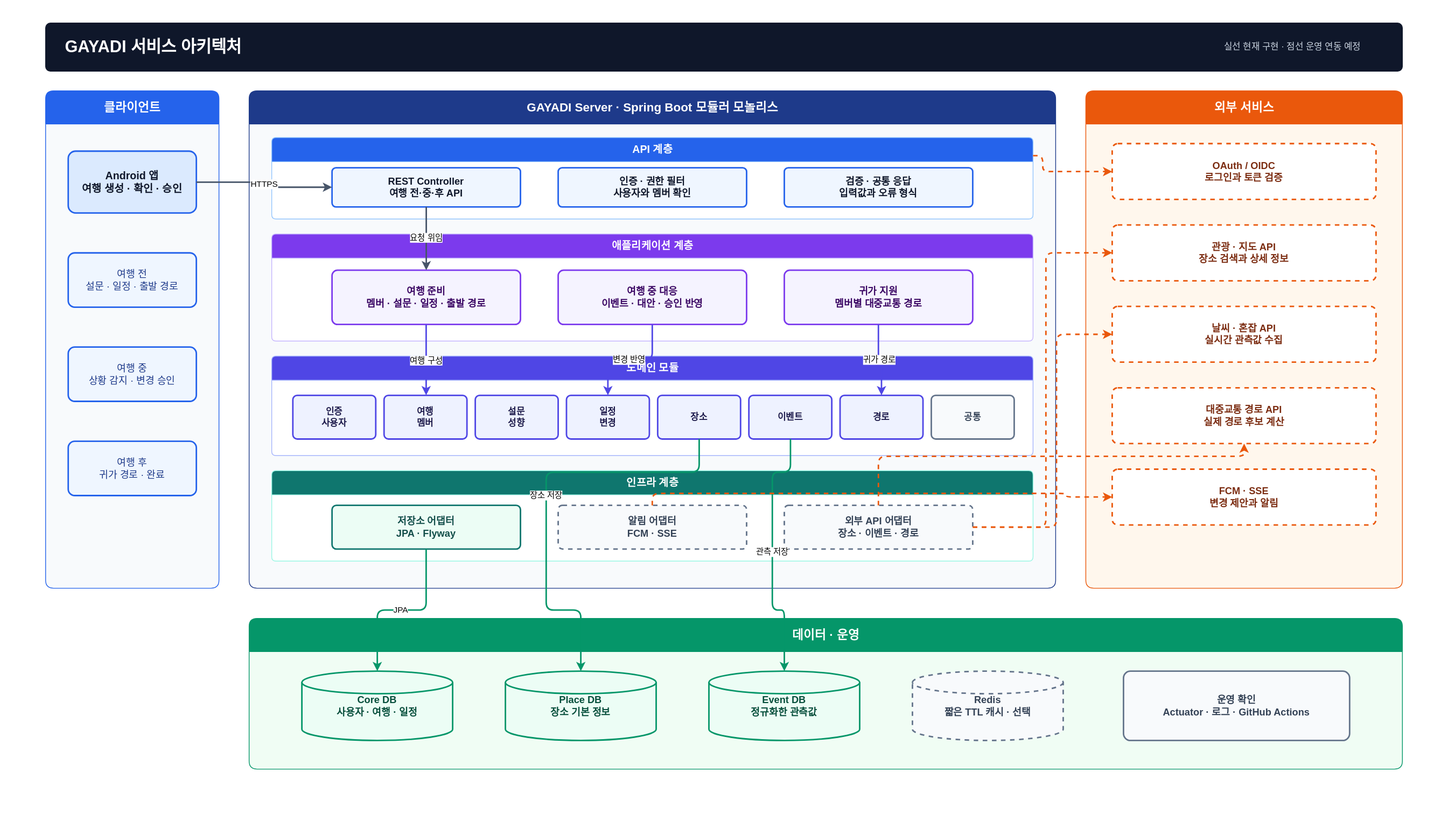
Above: docs/presentation/gayadi-service-architecture-presentation.svg in TEAM-DOONOW/Gayadi-Server (draw.io), before the change. Source tidied: cells renumbered, new cells last; positions are measured from the earlier drawing's top-left corner, leaving out a move shared by most shapes.
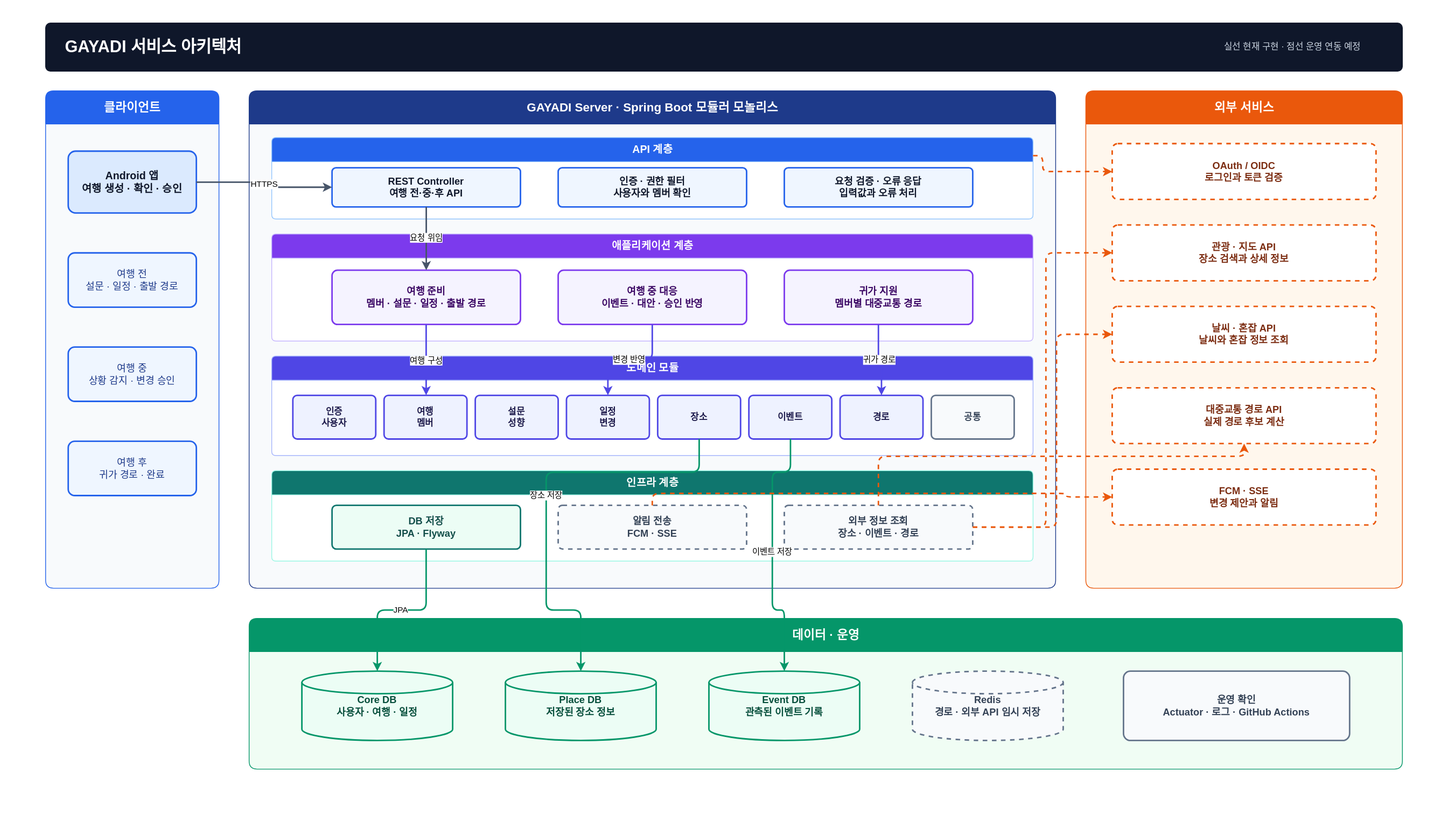
Later version of the same file.

Change to the diagram source:
```diff
@@ -35,7 +35,7 @@
     <mxCell id="12" value="인증 · 권한 필터&#10;사용자와 멤버 확인" style="rounded=1;whiteSpace=wrap;html=1;fillColor=#EFF6FF;strokeColor=#2563EB;strokeWidth=2;fontColor=#0F172A;fontSize=13;fontStyle=1;arcSize=10;" parent="10" vertex="1">
       <mxGeometry x="380" y="40" width="250" height="52" as="geometry" />
     </mxCell>
-    <mxCell id="13" value="검증 · 공통 응답&#10;입력값과 오류 형식" style="rounded=1;whiteSpace=wrap;html=1;fillColor=#EFF6FF;strokeColor=#2563EB;strokeWidth=2;fontColor=#0F172A;fontSize=13;fontStyle=1;arcSize=10;" parent="10" vertex="1">
+    <mxCell id="13" value="요청 검증 · 오류 응답&#10;입력값과 오류 처리" style="rounded=1;whiteSpace=wrap;html=1;fillColor=#EFF6FF;strokeColor=#2563EB;strokeWidth=2;fontColor=#0F172A;fontSize=13;fontStyle=1;arcSize=10;" parent="10" vertex="1">
       <mxGeometry x="680" y="40" width="250" height="52" as="geometry" />
     </mxCell>
     <mxCell id="14" value="애플리케이션 계층" style="swimlane;horizontal=1;startSize=32;rounded=1;html=1;fillColor=#7C3AED;swimlaneFillColor=#FFFFFF;strokeColor=#C4B5FD;fontColor=#FFFFFF;fontStyle=1;fontSize=14;arcSize=6;" parent="9" vertex="1">
@@ -80,13 +80,13 @@
     <mxCell id="27" value="인프라 계층" style="swimlane;horizontal=1;startSize=32;rounded=1;html=1;fillColor=#0F766E;swimlaneFillColor=#FFFFFF;strokeColor=#99F6E4;fontColor=#FFFFFF;fontStyle=1;fontSize=14;arcSize=6;" parent="9" vertex="1">
       <mxGeometry x="30" y="504" width="1010" height="120" as="geometry" />
     </mxCell>
-    <mxCell id="28" value="저장소 어댑터&#10;JPA · Flyway" style="rounded=1;whiteSpace=wrap;html=1;fillColor=#ECFDF5;strokeColor=#0F766E;strokeWidth=2;fontColor=#134E4A;fontSize=13;fontStyle=1;arcSize=10;" parent="27" vertex="1">
+    <mxCell id="28" value="DB 저장&#10;JPA · Flyway" style="rounded=1;whiteSpace=wrap;html=1;fillColor=#ECFDF5;strokeColor=#0F766E;strokeWidth=2;fontColor=#134E4A;fontSize=13;fontStyle=1;arcSize=10;" parent="27" vertex="1">
       <mxGeometry x="80" y="46" width="250" height="58" as="geometry" />
     </mxCell>
-    <mxCell id="29" value="알림 어댑터&#10;FCM · SSE" style="rounded=1;whiteSpace=wrap;html=1;fillColor=#F8FAFC;strokeColor=#64748B;strokeWidth=2;dashed=1;fontColor=#334155;fontSize=13;fontStyle=1;arcSize=10;" parent="27" vertex="1">
+    <mxCell id="29" value="알림 전송&#10;FCM · SSE" style="rounded=1;whiteSpace=wrap;html=1;fillColor=#F8FAFC;strokeColor=#64748B;strokeWidth=2;dashed=1;fontColor=#334155;fontSize=13;fontStyle=1;arcSize=10;" parent="27" vertex="1">
       <mxGeometry x="380" y="46" width="250" height="58" as="geometry" />
     </mxCell>
-    <mxCell id="30" value="외부 API 어댑터&#10;장소 · 이벤트 · 경로" style="rounded=1;whiteSpace=wrap;html=1;fillColor=#F8FAFC;strokeColor=#64748B;strokeWidth=2;dashed=1;fontColor=#334155;fontSize=13;fontStyle=1;arcSize=10;" parent="27" vertex="1">
+    <mxCell id="30" value="외부 정보 조회&#10;장소 · 이벤트 · 경로" style="rounded=1;whiteSpace=wrap;html=1;fillColor=#F8FAFC;strokeColor=#64748B;strokeWidth=2;dashed=1;fontColor=#334155;fontSize=13;fontStyle=1;arcSize=10;" parent="27" vertex="1">
       <mxGeometry x="680" y="46" width="250" height="58" as="geometry" />
     </mxCell>
     <mxCell id="31" value="요청 위임" style="edgeStyle=orthogonalEdgeStyle;rounded=1;html=1;strokeWidth=2;strokeColor=#475569;endArrow=classic;labelBackgroundColor=#FFFFFF;curved=0;" parent="9" edge="1" source="11" target="15">
@@ -125,7 +125,7 @@
     <mxCell id="37" value="관광 · 지도 API&#10;장소 검색과 상세 정보" style="rounded=1;whiteSpace=wrap;html=1;fillColor=#FFFFFF;strokeColor=#EA580C;strokeWidth=2;dashed=1;fontColor=#7C2D12;fontSize=13;fontStyle=1;arcSize=10;" parent="35" vertex="1">
       <mxGeometry x="35" y="178" width="350" height="74" as="geometry" />
     </mxCell>
-    <mxCell id="38" value="날씨 · 혼잡 API&#10;실시간 관측값 수집" style="rounded=1;whiteSpace=wrap;html=1;fillColor=#FFFFFF;strokeColor=#EA580C;strokeWidth=2;dashed=1;fontColor=#7C2D12;fontSize=13;fontStyle=1;arcSize=10;" parent="35" vertex="1">
+    <mxCell id="38" value="날씨 · 혼잡 API&#10;날씨와 혼잡 정보 조회" style="rounded=1;whiteSpace=wrap;html=1;fillColor=#FFFFFF;strokeColor=#EA580C;strokeWidth=2;dashed=1;fontColor=#7C2D12;fontSize=13;fontStyle=1;arcSize=10;" parent="35" vertex="1">
       <mxGeometry x="35" y="286" width="350" height="74" as="geometry" />
     </mxCell>
     <mxCell id="39" value="대중교통 경로 API&#10;실제 경로 후보 계산" style="rounded=1;whiteSpace=wrap;html=1;fillColor=#FFFFFF;strokeColor=#EA580C;strokeWidth=2;dashed=1;fontColor=#7C2D12;fontSize=13;fontStyle=1;arcSize=10;" parent="35" vertex="1">
@@ -140,13 +140,13 @@
     <mxCell id="42" value="Core DB&#10;사용자 · 여행 · 일정" style="shape=cylinder3;whiteSpace=wrap;html=1;fillColor=#ECFDF5;strokeColor=#059669;strokeWidth=2;fontColor=#064E3B;fontSize=13;fontStyle=1;" parent="41" vertex="1">
       <mxGeometry x="70" y="70" width="200" height="92" as="geometry" />
     </mxCell>
-    <mxCell id="43" value="Place DB&#10;장소 기본 정보" style="shape=cylinder3;whiteSpace=wrap;html=1;fillColor=#ECFDF5;strokeColor=#059669;strokeWidth=2;fontColor=#064E3B;fontSize=13;fontStyle=1;" parent="41" vertex="1">
+    <mxCell id="43" value="Place DB&#10;저장된 장소 정보" style="shape=cylinder3;whiteSpace=wrap;html=1;fillColor=#ECFDF5;strokeColor=#059669;strokeWidth=2;fontColor=#064E3B;fontSize=13;fontStyle=1;" parent="41" vertex="1">
       <mxGeometry x="340" y="70" width="200" height="92" as="geometry" />
     </mxCell>
-    <mxCell id="44" value="Event DB&#10;정규화한 관측값" style="shape=cylinder3;whiteSpace=wrap;html=1;fillColor=#ECFDF5;strokeColor=#059669;strokeWidth=2;fontColor=#064E3B;fontSize=13;fontStyle=1;" parent="41" vertex="1">
+    <mxCell id="44" value="Event DB&#10;관측된 이벤트 기록" style="shape=cylinder3;whiteSpace=wrap;html=1;fillColor=#ECFDF5;strokeColor=#059669;strokeWidth=2;fontColor=#064E3B;fontSize=13;fontStyle=1;" parent="41" vertex="1">
       <mxGeometry x="610" y="70" width="200" height="92" as="geometry" />
     </mxCell>
-    <mxCell id="45" value="Redis&#10;짧은 TTL 캐시 · 선택" style="shape=cylinder3;whiteSpace=wrap;html=1;fillColor=#F8FAFC;strokeColor=#64748B;strokeWidth=2;dashed=1;fontColor=#334155;fontSize=13;fontStyle=1;" parent="41" vertex="1">
+    <mxCell id="45" value="Redis&#10;경로 · 외부 API 임시 저장" style="shape=cylinder3;whiteSpace=wrap;html=1;fillColor=#F8FAFC;strokeColor=#64748B;strokeWidth=2;dashed=1;fontColor=#334155;fontSize=13;fontStyle=1;" parent="41" vertex="1">
       <mxGeometry x="880" y="70" width="200" height="92" as="geometry" />
     </mxCell>
     <mxCell id="46" value="운영 확인&#10;Actuator · 로그 · GitHub Actions" style="rounded=1;whiteSpace=wrap;html=1;fillColor=#F8FAFC;strokeColor=#64748B;strokeWidth=2;fontColor=#334155;fontSize=13;fontStyle=1;arcSize=10;" parent="41" vertex="1">
@@ -178,7 +178,7 @@
         </Array>
       </mxGeometry>
     </mxCell>
-    <mxCell id="50" value="관측 저장" style="edgeStyle=orthogonalEdgeStyle;rounded=1;html=1;strokeWidth=2;strokeColor=#059669;endArrow=classic;labelBackgroundColor=#FFFFFF;curved=0;" parent="1" edge="1" source="24" target="44">
+    <mxCell id="50" value="이벤트 저장" style="edgeStyle=orthogonalEdgeStyle;rounded=1;html=1;strokeWidth=2;strokeColor=#059669;endArrow=classic;labelBackgroundColor=#FFFFFF;curved=0;" parent="1" edge="1" source="24" target="44">
       <mxGeometry relative="1" as="geometry">
         <Array as="points">
           <mxPoint x="988" y="596" />
```
